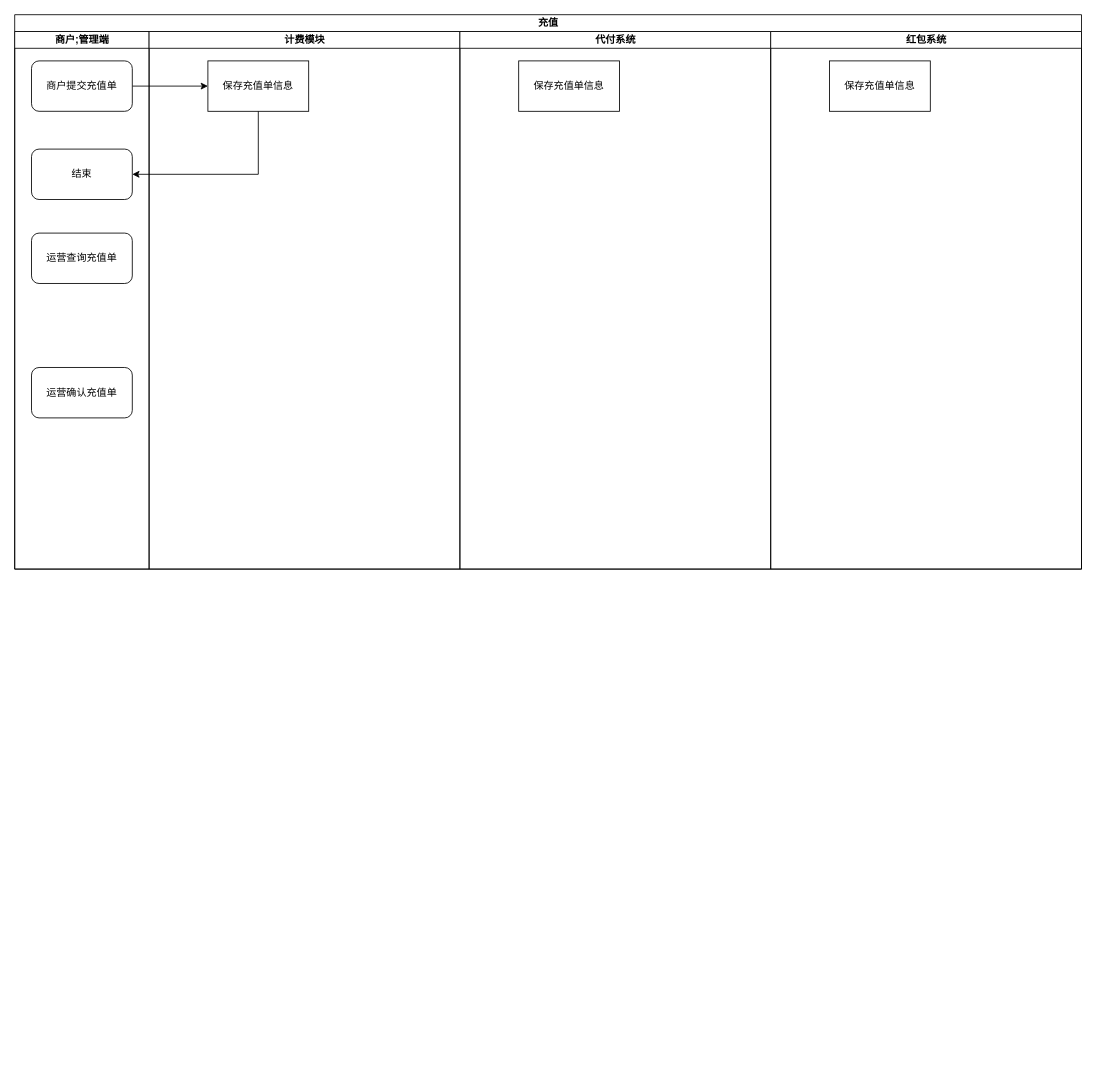
The draw.io diagram page "充值" (8 of 8) of 商业化广告.drawio in pekah/Draw, before the edit. Source tidied: cells renumbered, new cells numbered last; positions are measured from the earlier drawing's top-left corner, leaving out a move shared by most shapes. Both pictures are drawn from the tidied source at 84%, with x=0, y=0 at pixel (14, 14).
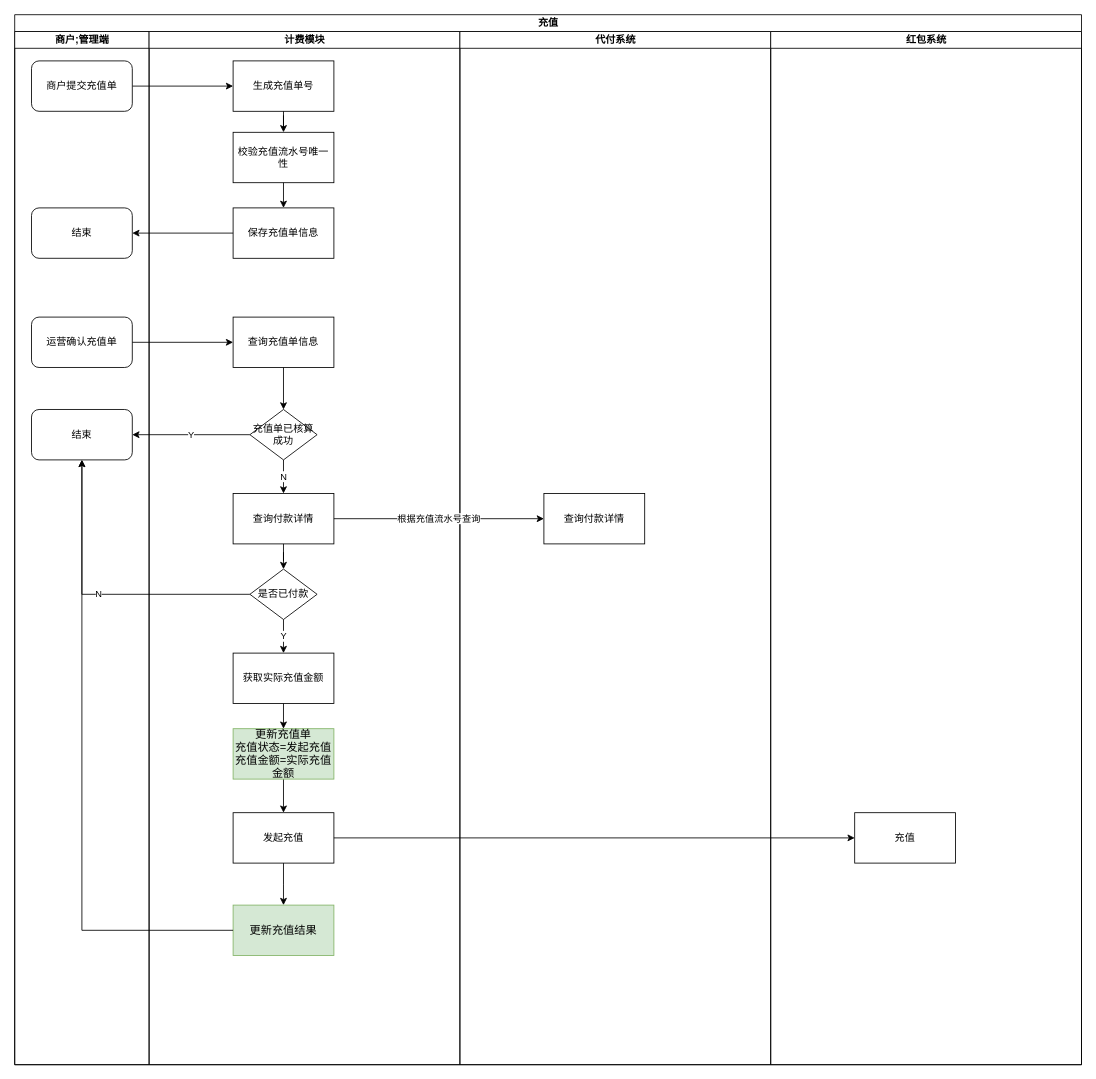
The same page after the edit.

Change to the diagram source:
```diff
@@
     <mxCell id="2" value="充值" style="swimlane;html=1;startSize=20;" parent="1" vertex="1">
-      <mxGeometry width="1270" height="660" as="geometry" />
+      <mxGeometry width="1270" height="1250" as="geometry" />
     </mxCell>
@@
     <mxCell id="4" value="商户;管理端" style="swimlane;html=1;startSize=20;" parent="2" vertex="1">
-      <mxGeometry y="20" width="160" height="640" as="geometry" />
+      <mxGeometry y="20" width="160" height="1230" as="geometry" />
     </mxCell>
@@
-    <mxCell id="6" value="结束" style="rounded=1;whiteSpace=wrap;html=1;" parent="4" vertex="1">
-      <mxGeometry x="20" y="140" width="120" height="60" as="geometry" />
-    </mxCell>
-    <mxCell id="7" value="运营查询充值单" style="rounded=1;whiteSpace=wrap;html=1;" parent="4" vertex="1">
-      <mxGeometry x="20" y="240" width="120" height="60" as="geometry" />
-    </mxCell>
     <mxCell id="8" value="运营确认充值单" style="rounded=1;whiteSpace=wrap;html=1;" parent="4" vertex="1">
-      <mxGeometry x="20" y="400" width="120" height="60" as="geometry" />
+      <mxGeometry x="20" y="340" width="120" height="60" as="geometry" />
     </mxCell>
+    <mxCell id="16" value="结束" style="rounded=1;whiteSpace=wrap;html=1;" parent="4" vertex="1">
+      <mxGeometry x="20" y="210" width="120" height="60" as="geometry" />
+    </mxCell>
+    <mxCell id="17" value="结束" style="rounded=1;whiteSpace=wrap;html=1;" parent="4" vertex="1">
+      <mxGeometry x="20" y="450" width="120" height="60" as="geometry" />
+    </mxCell>
     <mxCell id="9" value="计费模块" style="swimlane;html=1;startSize=20;" parent="2" vertex="1">
-      <mxGeometry x="160" y="20" width="370" height="640" as="geometry" />
+      <mxGeometry x="160" y="20" width="370" height="1230" as="geometry" />
     </mxCell>
-    <mxCell id="10" value="保存充值单信息" style="rounded=0;whiteSpace=wrap;html=1;" parent="9" vertex="1">
-      <mxGeometry x="70" y="35" width="120" height="60" as="geometry" />
+    <mxCell id="10" value="生成充值单号" style="rounded=0;whiteSpace=wrap;html=1;" parent="9" vertex="1">
+      <mxGeometry x="100" y="35" width="120" height="60" as="geometry" />
     </mxCell>
+    <mxCell id="18" value="校验充值流水号唯一性" style="rounded=0;whiteSpace=wrap;html=1;" parent="9" vertex="1">
+      <mxGeometry x="100" y="120" width="120" height="60" as="geometry" />
+    </mxCell>
+    <mxCell id="19" style="edgeStyle=orthogonalEdgeStyle;rounded=0;jettySize=auto;html=1;exitX=0.5;exitY=1;exitDx=0;exitDy=0;" parent="9" edge="1" source="10" target="18">
+      <mxGeometry relative="1" as="geometry" />
+    </mxCell>
+    <mxCell id="14" value="保存充值单信息" style="rounded=0;whiteSpace=wrap;html=1;" parent="9" vertex="1">
+      <mxGeometry x="100" y="210" width="120" height="60" as="geometry" />
+    </mxCell>
+    <mxCell id="20" style="edgeStyle=orthogonalEdgeStyle;rounded=0;jettySize=auto;html=1;exitX=0.5;exitY=1;exitDx=0;exitDy=0;entryX=0.5;entryY=0;entryDx=0;entryDy=0;" parent="9" edge="1" source="18" target="14">
+      <mxGeometry relative="1" as="geometry" />
+    </mxCell>
+    <mxCell id="21" value="查询充值单信息" style="rounded=0;whiteSpace=wrap;html=1;" parent="9" vertex="1">
+      <mxGeometry x="100" y="340" width="120" height="60" as="geometry" />
+    </mxCell>
+    <mxCell id="22" style="edgeStyle=orthogonalEdgeStyle;rounded=0;jettySize=auto;html=1;entryX=0.5;entryY=0;entryDx=0;entryDy=0;" parent="9" edge="1" source="21" target="23">
+      <mxGeometry relative="1" as="geometry" />
+    </mxCell>
+    <mxCell id="23" value="充值单已核算成功" style="rhombus;whiteSpace=wrap;html=1;" parent="9" vertex="1">
+      <mxGeometry x="120" y="450" width="80" height="60" as="geometry" />
+    </mxCell>
+    <mxCell id="24" value="查询付款详情" style="rounded=0;whiteSpace=wrap;html=1;" parent="9" vertex="1">
+      <mxGeometry x="100" y="550" width="120" height="60" as="geometry" />
+    </mxCell>
+    <mxCell id="25" value="N" style="edgeStyle=orthogonalEdgeStyle;rounded=0;jettySize=auto;html=1;exitX=0.5;exitY=1;exitDx=0;exitDy=0;entryX=0.5;entryY=0;entryDx=0;entryDy=0;" parent="9" edge="1" source="23" target="24">
+      <mxGeometry relative="1" as="geometry" />
+    </mxCell>
+    <mxCell id="26" value="是否已付款" style="rhombus;whiteSpace=wrap;html=1;" parent="9" vertex="1">
+      <mxGeometry x="120" y="640" width="80" height="60" as="geometry" />
+    </mxCell>
+    <mxCell id="27" style="edgeStyle=orthogonalEdgeStyle;rounded=0;jettySize=auto;html=1;exitX=0.5;exitY=1;exitDx=0;exitDy=0;" parent="9" edge="1" source="24" target="26">
+      <mxGeometry relative="1" as="geometry" />
+    </mxCell>
+    <mxCell id="28" value="获取实际充值金额" style="rounded=0;whiteSpace=wrap;html=1;" parent="9" vertex="1">
+      <mxGeometry x="100" y="740" width="120" height="60" as="geometry" />
+    </mxCell>
+    <mxCell id="29" style="edgeStyle=orthogonalEdgeStyle;rounded=0;jettySize=auto;html=1;exitX=0.5;exitY=1;exitDx=0;exitDy=0;entryX=0.5;entryY=0;entryDx=0;entryDy=0;" parent="9" edge="1" source="30" target="31">
+      <mxGeometry relative="1" as="geometry" />
+    </mxCell>
+    <mxCell id="30" value="&lt;span style=&quot;font-size: 13.3333px&quot;&gt;更新充值单&lt;/span&gt;&lt;br style=&quot;font-size: 13.3333px&quot;&gt;&lt;span style=&quot;font-size: 13.3333px&quot;&gt;充值状态=发起充值&lt;br&gt;充值金额=实际充值金额&lt;br&gt;&lt;/span&gt;" style="rounded=0;whiteSpace=wrap;html=1;fillColor=#d5e8d4;strokeColor=#82b366;" parent="9" vertex="1">
+      <mxGeometry x="100" y="830" width="120" height="60" as="geometry" />
+    </mxCell>
+    <mxCell id="31" value="发起充值" style="rounded=0;whiteSpace=wrap;html=1;" parent="9" vertex="1">
+      <mxGeometry x="100" y="930" width="120" height="60" as="geometry" />
+    </mxCell>
+    <mxCell id="32" value="&lt;span style=&quot;font-size: 13.3333px&quot;&gt;更新充值结果&lt;br&gt;&lt;/span&gt;" style="rounded=0;whiteSpace=wrap;html=1;fillColor=#d5e8d4;strokeColor=#82b366;" parent="9" vertex="1">
+      <mxGeometry x="100" y="1040" width="120" height="60" as="geometry" />
+    </mxCell>
     <mxCell id="11" value="代付系统" style="swimlane;html=1;startSize=20;" parent="2" vertex="1">
-      <mxGeometry x="530" y="20" width="370" height="640" as="geometry" />
+      <mxGeometry x="530" y="20" width="370" height="1230" as="geometry" />
     </mxCell>
-    <mxCell id="12" value="保存充值单信息" style="rounded=0;whiteSpace=wrap;html=1;" parent="11" vertex="1">
-      <mxGeometry x="70" y="35" width="120" height="60" as="geometry" />
+    <mxCell id="12" value="查询付款详情" style="rounded=0;whiteSpace=wrap;html=1;" parent="11" vertex="1">
+      <mxGeometry x="100" y="550" width="120" height="60" as="geometry" />
     </mxCell>
+    <mxCell id="33" style="edgeStyle=orthogonalEdgeStyle;rounded=0;jettySize=auto;html=1;" parent="2" edge="1" source="14" target="16">
+      <mxGeometry relative="1" as="geometry" />
+    </mxCell>
+    <mxCell id="34" style="edgeStyle=orthogonalEdgeStyle;rounded=0;jettySize=auto;html=1;" parent="2" edge="1" source="8" target="21">
+      <mxGeometry relative="1" as="geometry" />
+    </mxCell>
+    <mxCell id="35" value="Y" style="edgeStyle=orthogonalEdgeStyle;rounded=0;jettySize=auto;html=1;exitX=0;exitY=0.5;exitDx=0;exitDy=0;" parent="2" edge="1" source="23" target="17">
+      <mxGeometry relative="1" as="geometry" />
+    </mxCell>
+    <mxCell id="36" value="根据充值流水号查询" style="edgeStyle=orthogonalEdgeStyle;rounded=0;jettySize=auto;html=1;exitX=1;exitY=0.5;exitDx=0;exitDy=0;entryX=0;entryY=0.5;entryDx=0;entryDy=0;" parent="2" edge="1" source="24" target="12">
+      <mxGeometry relative="1" as="geometry" />
+    </mxCell>
+    <mxCell id="37" value="N" style="edgeStyle=orthogonalEdgeStyle;rounded=0;jettySize=auto;html=1;entryX=0.5;entryY=1;entryDx=0;entryDy=0;" parent="2" edge="1" source="26" target="17">
+      <mxGeometry relative="1" as="geometry" />
+    </mxCell>
+    <mxCell id="38" style="edgeStyle=orthogonalEdgeStyle;rounded=0;jettySize=auto;html=1;exitX=1;exitY=0.5;exitDx=0;exitDy=0;" parent="2" edge="1" source="31" target="39">
+      <mxGeometry relative="1" as="geometry" />
+    </mxCell>
     <mxCell id="13" value="红包系统" style="swimlane;html=1;startSize=20;" parent="2" vertex="1">
-      <mxGeometry x="900" y="20" width="370" height="640" as="geometry" />
+      <mxGeometry x="900" y="20" width="370" height="1230" as="geometry" />
     </mxCell>
-    <mxCell id="14" value="保存充值单信息" style="rounded=0;whiteSpace=wrap;html=1;" parent="13" vertex="1">
-      <mxGeometry x="70" y="35" width="120" height="60" as="geometry" />
-    </mxCell>
-    <mxCell id="15" style="edgeStyle=orthogonalEdgeStyle;rounded=0;jettySize=auto;html=1;entryX=1;entryY=0.5;entryDx=0;entryDy=0;exitX=0.5;exitY=1;exitDx=0;exitDy=0;" parent="2" edge="1" source="10" target="6">
-      <mxGeometry relative="1" as="geometry" />
-    </mxCell>
+    <mxCell id="39" value="充值" style="rounded=0;whiteSpace=wrap;html=1;" parent="13" vertex="1">
+      <mxGeometry x="100" y="930" width="120" height="60" as="geometry" />
+    </mxCell>
+    <mxCell id="40" style="edgeStyle=orthogonalEdgeStyle;rounded=0;jettySize=auto;html=1;entryX=0.5;entryY=1;entryDx=0;entryDy=0;" parent="2" edge="1" source="32" target="17">
+      <mxGeometry relative="1" as="geometry" />
+    </mxCell>
+    <mxCell id="41" value="Y" style="edgeStyle=orthogonalEdgeStyle;rounded=0;jettySize=auto;html=1;exitX=0.5;exitY=1;exitDx=0;exitDy=0;" parent="1" edge="1" source="26">
+      <mxGeometry relative="1" as="geometry">
+        <mxPoint x="320" y="760" as="targetPoint" />
+      </mxGeometry>
+    </mxCell>
+    <mxCell id="42" style="edgeStyle=orthogonalEdgeStyle;rounded=0;jettySize=auto;html=1;exitX=0.5;exitY=1;exitDx=0;exitDy=0;" parent="1" edge="1" source="28">
+      <mxGeometry relative="1" as="geometry">
+        <mxPoint x="320" y="850" as="targetPoint" />
+      </mxGeometry>
+    </mxCell>
+    <mxCell id="43" style="edgeStyle=orthogonalEdgeStyle;rounded=0;jettySize=auto;html=1;exitX=0.5;exitY=1;exitDx=0;exitDy=0;" parent="1" edge="1" source="31">
+      <mxGeometry relative="1" as="geometry">
+        <mxPoint x="320" y="1060" as="targetPoint" />
+      </mxGeometry>
+    </mxCell>
```
